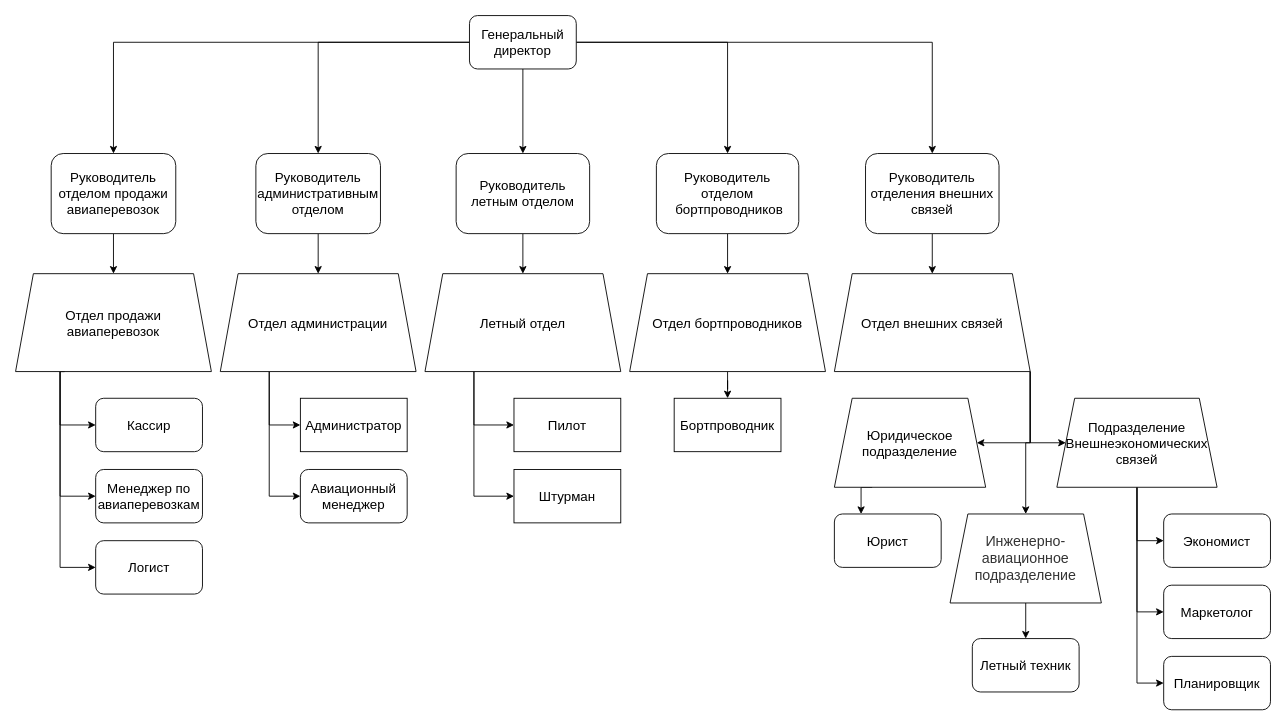
This is fewfewefwem.drawio from 1DeMeNToR1/RocketModUpdater_32, a draw.io file, before an edit. Source tidied: cells renumbered, new cells numbered last; positions are measured from the earlier drawing's top-left corner, leaving out a move shared by most shapes. Both pictures are drawn from the tidied source at 89%, with x=0, y=0 at pixel (15, 15).
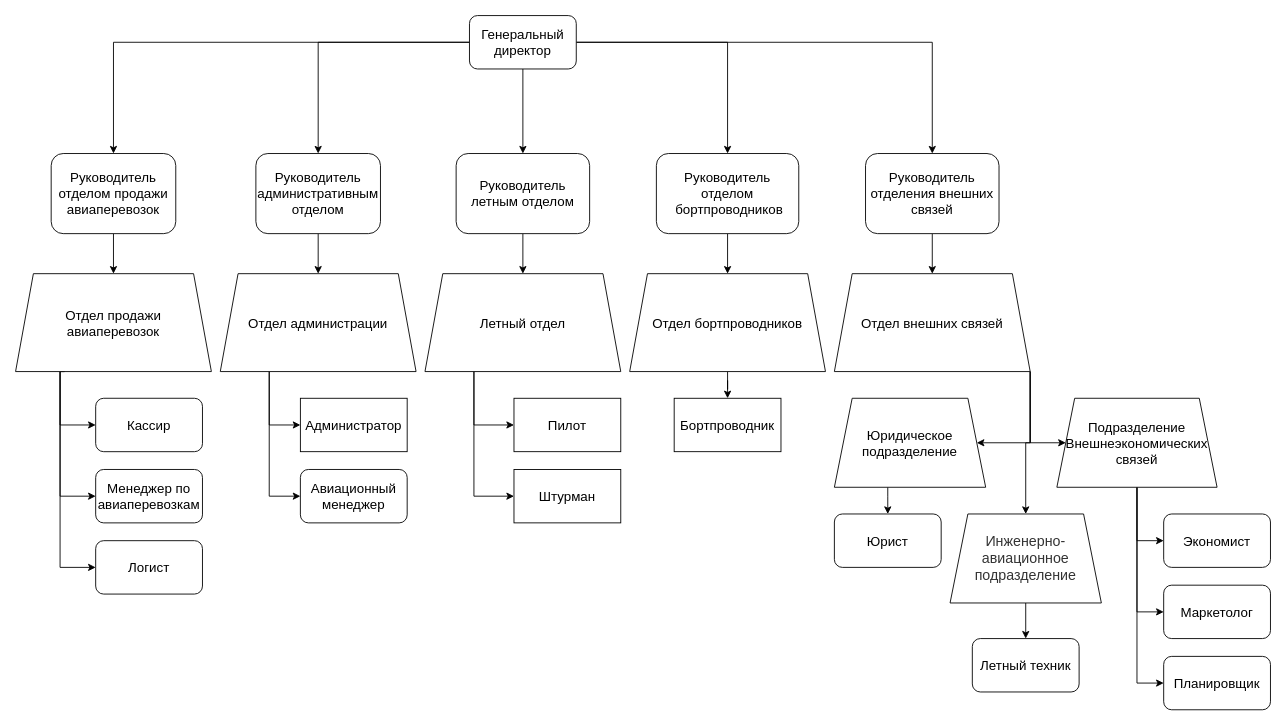
The same page after the edit.

The change refers to these unchanged cells:
```xml
<mxCell id="39" value="Юридическое&lt;br&gt;подразделение" style="shape=trapezoid;perimeter=trapezoidPerimeter;whiteSpace=wrap;html=1;fixedSize=1;fontSize=15;" parent="1" vertex="1">
  <mxGeometry x="920" y="430" width="170" height="100" as="geometry" />
</mxCell>
<mxCell id="46" value="Юрист" style="rounded=1;whiteSpace=wrap;html=1;fontSize=15;" parent="1" vertex="1">
  <mxGeometry x="920" y="560" width="120" height="60" as="geometry" />
</mxCell>
```

Diff of the diagram source:
```diff
@@
-    <mxCell id="38" style="edgeStyle=orthogonalEdgeStyle;rounded=0;jettySize=auto;html=1;exitX=0.25;exitY=1;exitDx=0;exitDy=0;entryX=0.25;entryY=0;entryDx=0;entryDy=0;fontSize=15;" parent="1" edge="1" source="39" target="46">
-      <mxGeometry relative="1" as="geometry" />
+    <mxCell id="38" style="edgeStyle=orthogonalEdgeStyle;rounded=0;jettySize=auto;html=1;" parent="1" edge="1" source="39" target="46">
+      <mxGeometry relative="1" as="geometry">
+        <Array as="points">
+          <mxPoint x="980" y="540" />
+          <mxPoint x="980" y="540" />
+        </Array>
+      </mxGeometry>
     </mxCell>
```
